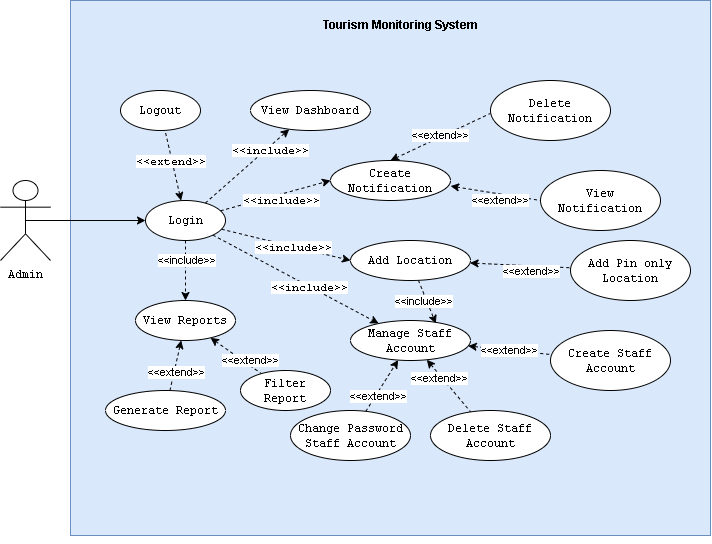
Before: Deliverables/appendix/usecasediagram3.png, a diagram exported from draw.io (LittleEins/Thesis-Collab). Source tidied: cells renumbered, new cells last; positions are measured from the earlier drawing's top-left corner, leaving out a move shared by most shapes.
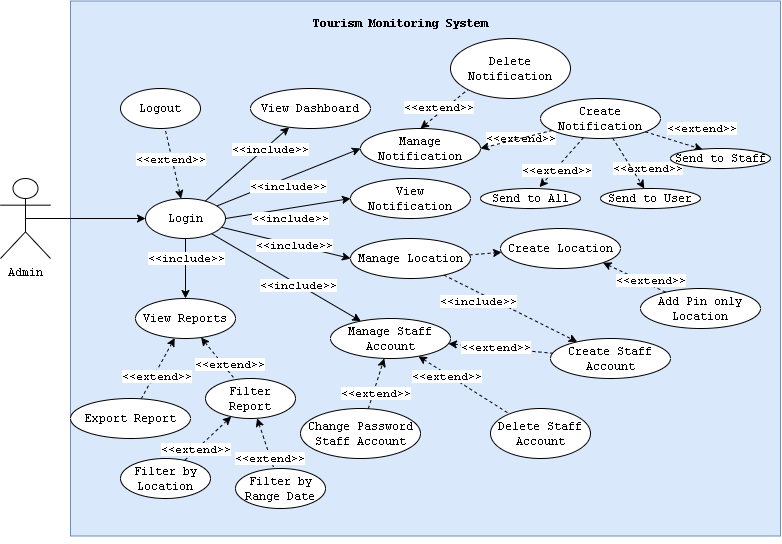
Later version of the same file.

Change to the diagram source:
```diff
@@ -2,11 +2,11 @@
   <root>
     <mxCell id="0" />
     <mxCell id="1" parent="0" />
-    <mxCell id="2" style="whiteSpace=wrap;html=1;fillColor=#dae8fc;strokeColor=#6c8ebf;" parent="1" vertex="1">
-      <mxGeometry x="70" width="640" height="535" as="geometry" />
+    <mxCell id="2" style="whiteSpace=wrap;html=1;fillColor=#dae8fc;strokeColor=#6c8ebf;fontFamily=Courier New;" parent="1" vertex="1">
+      <mxGeometry x="70" y="2.5" width="710" height="535" as="geometry" />
     </mxCell>
-    <mxCell id="3" value="&lt;b&gt;Tourism Monitoring System&lt;/b&gt;" style="text;html=1;align=center;verticalAlign=middle;strokeColor=none;fillColor=none;" parent="1" vertex="1">
-      <mxGeometry x="310" y="10" width="180" height="30" as="geometry" />
+    <mxCell id="3" value="&lt;b&gt;Tourism Monitoring System&lt;/b&gt;" style="text;html=1;align=center;verticalAlign=middle;strokeColor=none;fillColor=none;fontFamily=Courier New;" parent="1" vertex="1">
+      <mxGeometry x="300" y="10" width="200" height="30" as="geometry" />
     </mxCell>
     <mxCell id="4" value="Admin" style="shape=umlActor;verticalLabelPosition=bottom;verticalAlign=top;html=1;outlineConnect=0;fontFamily=Courier New;" parent="1" vertex="1">
       <mxGeometry y="180" width="50" height="80" as="geometry" />
@@ -14,7 +14,7 @@
     <mxCell id="5" style="edgeStyle=none;rounded=0;jettySize=auto;html=1;fontFamily=Courier New;exitX=0.5;exitY=0.5;exitDx=0;exitDy=0;exitPerimeter=0;" parent="1" edge="1" source="4" target="18">
       <mxGeometry relative="1" as="geometry" />
     </mxCell>
-    <mxCell id="6" style="edgeStyle=none;rounded=0;jettySize=auto;html=1;fontFamily=Courier New;dashed=1;" parent="1" edge="1" source="18" target="19">
+    <mxCell id="6" style="edgeStyle=none;rounded=0;jettySize=auto;html=1;fontFamily=Courier New;" parent="1" edge="1" source="18" target="19">
       <mxGeometry relative="1" as="geometry" />
     </mxCell>
     <mxCell id="7" value="&amp;lt;&amp;lt;include&amp;gt;&amp;gt;" style="edgeLabel;html=1;align=center;verticalAlign=middle;fontFamily=Courier New;" parent="6" vertex="1">
@@ -22,13 +22,13 @@
         <mxPoint x="30" y="-23" as="offset" />
       </mxGeometry>
     </mxCell>
-    <mxCell id="8" style="edgeStyle=none;rounded=0;jettySize=auto;html=1;fontFamily=Courier New;entryX=0;entryY=0.5;entryDx=0;entryDy=0;dashed=1;" parent="1" edge="1" source="18" target="24">
+    <mxCell id="8" style="edgeStyle=none;rounded=0;jettySize=auto;html=1;fontFamily=Courier New;entryX=0;entryY=0.5;entryDx=0;entryDy=0;" parent="1" edge="1" source="18" target="24">
       <mxGeometry relative="1" as="geometry" />
     </mxCell>
     <mxCell id="9" value="&amp;lt;&amp;lt;include&amp;gt;&amp;gt;" style="edgeLabel;html=1;align=center;verticalAlign=middle;fontFamily=Courier New;" parent="8" vertex="1">
       <mxGeometry x="0.12" relative="1" as="geometry" />
     </mxCell>
-    <mxCell id="10" style="edgeStyle=none;rounded=0;jettySize=auto;html=1;dashed=1;fontFamily=Courier New;" parent="1" edge="1" source="18" target="29">
+    <mxCell id="10" style="edgeStyle=none;rounded=0;jettySize=auto;html=1;fontFamily=Courier New;" parent="1" edge="1" source="18" target="29">
       <mxGeometry relative="1" as="geometry" />
     </mxCell>
     <mxCell id="11" value="&amp;lt;&amp;lt;include&amp;gt;&amp;gt;" style="edgeLabel;html=1;align=center;verticalAlign=middle;fontFamily=Courier New;" parent="10" vertex="1">
@@ -42,7 +42,7 @@
         <mxPoint x="-5" y="-15" as="offset" />
       </mxGeometry>
     </mxCell>
-    <mxCell id="14" style="edgeStyle=none;rounded=0;jettySize=auto;html=1;dashed=1;fontFamily=Courier New;entryX=0;entryY=0.5;entryDx=0;entryDy=0;" parent="1" edge="1" source="18" target="35">
+    <mxCell id="14" style="edgeStyle=none;rounded=0;jettySize=auto;html=1;fontFamily=Courier New;entryX=0;entryY=0.5;entryDx=0;entryDy=0;" parent="1" edge="1" source="18" target="35">
       <mxGeometry relative="1" as="geometry" />
     </mxCell>
     <mxCell id="15" value="&amp;lt;&amp;lt;include&amp;gt;&amp;gt;" style="edgeLabel;html=1;align=center;verticalAlign=middle;fontFamily=Courier New;" parent="14" vertex="1">
@@ -50,10 +50,10 @@
         <mxPoint x="22" y="-2" as="offset" />
       </mxGeometry>
     </mxCell>
-    <mxCell id="16" style="edgeStyle=none;rounded=0;jettySize=auto;html=1;dashed=1;startArrow=none;startFill=0;endArrow=classic;endFill=1;" parent="1" edge="1" source="18" target="48">
+    <mxCell id="16" style="edgeStyle=none;rounded=0;jettySize=auto;html=1;startArrow=none;startFill=0;endArrow=classic;endFill=1;fontFamily=Courier New;" parent="1" edge="1" source="18" target="48">
       <mxGeometry relative="1" as="geometry" />
     </mxCell>
-    <mxCell id="17" value="&amp;lt;&amp;lt;include&amp;gt;&amp;gt;" style="edgeLabel;html=1;align=center;verticalAlign=middle;" parent="16" vertex="1">
+    <mxCell id="17" value="&amp;lt;&amp;lt;include&amp;gt;&amp;gt;" style="edgeLabel;html=1;align=center;verticalAlign=middle;fontFamily=Courier New;" parent="16" vertex="1">
       <mxGeometry x="-0.33" y="1" relative="1" as="geometry" />
     </mxCell>
     <mxCell id="18" value="Login" style="ellipse;whiteSpace=wrap;html=1;fontFamily=Courier New;verticalAlign=middle;" parent="1" vertex="1">
@@ -62,113 +62,179 @@
     <mxCell id="19" value="View Dashboard" style="ellipse;whiteSpace=wrap;html=1;fontFamily=Courier New;verticalAlign=middle;" parent="1" vertex="1">
       <mxGeometry x="250" y="90" width="120" height="40" as="geometry" />
     </mxCell>
-    <mxCell id="20" style="rounded=0;jettySize=auto;html=1;dashed=1;endArrow=none;endFill=0;startArrow=classic;startFill=1;" parent="1" edge="1" source="24" target="38">
+    <mxCell id="20" style="rounded=0;jettySize=auto;html=1;dashed=1;endArrow=none;endFill=0;startArrow=classic;startFill=1;fontFamily=Courier New;exitX=1;exitY=1;exitDx=0;exitDy=0;" parent="1" edge="1" source="69" target="38">
       <mxGeometry relative="1" as="geometry" />
     </mxCell>
-    <mxCell id="21" value="&amp;lt;&amp;lt;extend&amp;gt;&amp;gt;" style="edgeLabel;html=1;align=center;verticalAlign=middle;" parent="20" vertex="1">
+    <mxCell id="21" value="&amp;lt;&amp;lt;extend&amp;gt;&amp;gt;" style="edgeLabel;html=1;align=center;verticalAlign=middle;fontFamily=Courier New;" parent="20" vertex="1">
       <mxGeometry x="-0.22" y="1" relative="1" as="geometry">
         <mxPoint x="22" y="7" as="offset" />
       </mxGeometry>
     </mxCell>
-    <mxCell id="22" style="edgeStyle=none;rounded=0;jettySize=auto;html=1;entryX=0.711;entryY=0.078;entryDx=0;entryDy=0;entryPerimeter=0;dashed=1;" parent="1" edge="1" source="24" target="29">
+    <mxCell id="22" style="edgeStyle=none;rounded=0;jettySize=auto;html=1;dashed=1;fontFamily=Courier New;" parent="1" edge="1" source="24" target="39">
       <mxGeometry relative="1" as="geometry" />
     </mxCell>
-    <mxCell id="23" value="&amp;lt;&amp;lt;include&amp;gt;&amp;gt;" style="edgeLabel;html=1;align=center;verticalAlign=middle;" parent="22" vertex="1">
+    <mxCell id="23" value="&amp;lt;&amp;lt;include&amp;gt;&amp;gt;" style="edgeLabel;html=1;align=center;verticalAlign=middle;fontFamily=Courier New;" parent="22" vertex="1">
       <mxGeometry x="-0.48" relative="1" as="geometry">
         <mxPoint y="9" as="offset" />
       </mxGeometry>
     </mxCell>
+    <mxCell id="52" style="edgeStyle=none;rounded=0;jettySize=auto;html=1;dashed=1;fontFamily=Courier New;" parent="1" edge="1" source="24" target="69">
+      <mxGeometry relative="1" as="geometry" />
+    </mxCell>
-    <mxCell id="24" value="Add Location" style="ellipse;whiteSpace=wrap;html=1;fontFamily=Courier New;verticalAlign=middle;" parent="1" vertex="1">
+    <mxCell id="24" value="Manage Location" style="ellipse;whiteSpace=wrap;html=1;fontFamily=Courier New;verticalAlign=middle;" parent="1" vertex="1">
       <mxGeometry x="350" y="240" width="120" height="40" as="geometry" />
     </mxCell>
-    <mxCell id="25" style="edgeStyle=none;rounded=0;jettySize=auto;html=1;dashed=1;startArrow=classic;startFill=1;endArrow=none;endFill=0;" parent="1" edge="1" source="29" target="39">
+    <mxCell id="25" style="edgeStyle=none;rounded=0;jettySize=auto;html=1;dashed=1;startArrow=classic;startFill=1;endArrow=none;endFill=0;fontFamily=Courier New;" parent="1" edge="1" source="29" target="39">
       <mxGeometry relative="1" as="geometry" />
     </mxCell>
-    <mxCell id="26" value="&amp;lt;&amp;lt;extend&amp;gt;&amp;gt;" style="edgeLabel;html=1;align=center;verticalAlign=middle;" parent="25" vertex="1">
+    <mxCell id="26" value="&amp;lt;&amp;lt;extend&amp;gt;&amp;gt;" style="edgeLabel;html=1;align=center;verticalAlign=middle;fontFamily=Courier New;" parent="25" vertex="1">
       <mxGeometry x="-0.38" y="-1" relative="1" as="geometry">
         <mxPoint x="15" as="offset" />
       </mxGeometry>
     </mxCell>
-    <mxCell id="27" style="edgeStyle=none;rounded=0;jettySize=auto;html=1;dashed=1;startArrow=classic;startFill=1;endArrow=none;endFill=0;" parent="1" edge="1" source="29" target="40">
+    <mxCell id="27" style="edgeStyle=none;rounded=0;jettySize=auto;html=1;dashed=1;startArrow=classic;startFill=1;endArrow=none;endFill=0;fontFamily=Courier New;" parent="1" edge="1" source="29" target="40">
       <mxGeometry relative="1" as="geometry" />
     </mxCell>
-    <mxCell id="28" value="&amp;lt;&amp;lt;extend&amp;gt;&amp;gt;" style="edgeLabel;html=1;align=center;verticalAlign=middle;" parent="27" vertex="1">
+    <mxCell id="28" value="&amp;lt;&amp;lt;extend&amp;gt;&amp;gt;" style="edgeLabel;html=1;align=center;verticalAlign=middle;fontFamily=Courier New;" parent="27" vertex="1">
       <mxGeometry x="-0.37" y="-2" relative="1" as="geometry" />
     </mxCell>
     <mxCell id="29" value="Manage Staff Account" style="ellipse;whiteSpace=wrap;html=1;fontFamily=Courier New;verticalAlign=middle;" parent="1" vertex="1">
-      <mxGeometry x="350" y="320" width="120" height="40" as="geometry" />
+      <mxGeometry x="330" y="320" width="120" height="40" as="geometry" />
     </mxCell>
     <mxCell id="30" value="Logout" style="ellipse;whiteSpace=wrap;html=1;fontFamily=Courier New;" parent="1" vertex="1">
       <mxGeometry x="120" y="90" width="80" height="40" as="geometry" />
     </mxCell>
-    <mxCell id="31" style="edgeStyle=none;rounded=0;jettySize=auto;html=1;dashed=1;exitX=1.001;exitY=0.639;exitDx=0;exitDy=0;exitPerimeter=0;entryX=0;entryY=0.5;entryDx=0;entryDy=0;endArrow=none;endFill=0;startArrow=classic;startFill=1;" parent="1" edge="1" source="35" target="36">
+    <mxCell id="31" style="edgeStyle=none;rounded=0;jettySize=auto;html=1;exitX=1;exitY=0.5;exitDx=0;exitDy=0;entryX=0;entryY=0.5;entryDx=0;entryDy=0;endArrow=classic;endFill=1;startArrow=none;startFill=0;fontFamily=Courier New;" parent="1" edge="1" source="18" target="36">
       <mxGeometry relative="1" as="geometry" />
     </mxCell>
-    <mxCell id="32" value="&amp;lt;&amp;lt;extend&amp;gt;&amp;gt;" style="edgeLabel;html=1;align=center;verticalAlign=middle;" parent="31" vertex="1">
+    <mxCell id="32" value="&amp;lt;&amp;lt;include&amp;gt;&amp;gt;" style="edgeLabel;html=1;align=center;verticalAlign=middle;fontFamily=Courier New;" parent="31" vertex="1">
       <mxGeometry x="-0.58" relative="1" as="geometry">
-        <mxPoint x="31" y="11" as="offset" />
+        <mxPoint x="38" y="4" as="offset" />
       </mxGeometry>
     </mxCell>
-    <mxCell id="33" style="edgeStyle=none;rounded=0;jettySize=auto;html=1;exitX=0.5;exitY=0;exitDx=0;exitDy=0;entryX=-0.002;entryY=0.55;entryDx=0;entryDy=0;entryPerimeter=0;dashed=1;endArrow=none;endFill=0;startArrow=classic;startFill=1;" parent="1" edge="1" source="35" target="37">
+    <mxCell id="33" style="edgeStyle=none;rounded=0;jettySize=auto;html=1;exitX=0.5;exitY=0;exitDx=0;exitDy=0;entryX=0;entryY=1;entryDx=0;entryDy=0;dashed=1;endArrow=none;endFill=0;startArrow=classic;startFill=1;fontFamily=Courier New;" parent="1" edge="1" source="35" target="37">
       <mxGeometry relative="1" as="geometry" />
     </mxCell>
-    <mxCell id="34" value="&amp;lt;&amp;lt;extend&amp;gt;&amp;gt;" style="edgeLabel;html=1;align=center;verticalAlign=middle;" parent="33" vertex="1">
+    <mxCell id="34" value="&amp;lt;&amp;lt;extend&amp;gt;&amp;gt;" style="edgeLabel;html=1;align=center;verticalAlign=middle;fontFamily=Courier New;" parent="33" vertex="1">
       <mxGeometry x="0.23" y="-1" relative="1" as="geometry">
         <mxPoint x="-12" y="2" as="offset" />
       </mxGeometry>
     </mxCell>
+    <mxCell id="53" value="&amp;lt;&amp;lt;extend&amp;gt;&amp;gt;" style="edgeLabel;html=1;align=center;verticalAlign=middle;fontFamily=Courier New;" parent="33" vertex="1">
+      <mxGeometry x="0.23" y="-1" relative="1" as="geometry">
+        <mxPoint x="70" y="33" as="offset" />
+      </mxGeometry>
+    </mxCell>
-    <mxCell id="35" value="Create Notification" style="ellipse;whiteSpace=wrap;html=1;fontFamily=Courier New;" parent="1" vertex="1">
-      <mxGeometry x="330" y="160" width="120" height="40" as="geometry" />
+    <mxCell id="35" value="Manage Notification" style="ellipse;whiteSpace=wrap;html=1;fontFamily=Courier New;" parent="1" vertex="1">
+      <mxGeometry x="360" y="130" width="120" height="40" as="geometry" />
     </mxCell>
     <mxCell id="36" value="View Notification" style="ellipse;whiteSpace=wrap;html=1;fontFamily=Courier New;" parent="1" vertex="1">
-      <mxGeometry x="540" y="170" width="120" height="60" as="geometry" />
+      <mxGeometry x="350" y="180" width="120" height="40" as="geometry" />
     </mxCell>
     <mxCell id="37" value="Delete Notification" style="ellipse;whiteSpace=wrap;html=1;fontFamily=Courier New;" parent="1" vertex="1">
-      <mxGeometry x="490" y="80" width="120" height="60" as="geometry" />
+      <mxGeometry x="450" y="40" width="120" height="60" as="geometry" />
     </mxCell>
     <mxCell id="38" value="Add Pin only Location" style="ellipse;whiteSpace=wrap;html=1;fontFamily=Courier New;" parent="1" vertex="1">
-      <mxGeometry x="570" y="240" width="120" height="60" as="geometry" />
+      <mxGeometry x="640" y="290" width="120" height="40" as="geometry" />
     </mxCell>
     <mxCell id="39" value="Create Staff Account" style="ellipse;whiteSpace=wrap;html=1;fontFamily=Courier New;" parent="1" vertex="1">
-      <mxGeometry x="550" y="330" width="120" height="60" as="geometry" />
+      <mxGeometry x="550" y="340" width="120" height="40" as="geometry" />
     </mxCell>
     <mxCell id="40" value="Delete Staff Account" style="ellipse;whiteSpace=wrap;html=1;fontFamily=Courier New;" parent="1" vertex="1">
-      <mxGeometry x="430" y="410" width="120" height="50" as="geometry" />
+      <mxGeometry x="490" y="410" width="100" height="50" as="geometry" />
     </mxCell>
-    <mxCell id="41" style="edgeStyle=none;rounded=0;jettySize=auto;html=1;dashed=1;startArrow=none;startFill=0;endArrow=classic;endFill=1;" parent="1" edge="1" source="43" target="29">
+    <mxCell id="41" style="edgeStyle=none;rounded=0;jettySize=auto;html=1;dashed=1;startArrow=none;startFill=0;endArrow=classic;endFill=1;fontFamily=Courier New;" parent="1" edge="1" source="43" target="29">
       <mxGeometry relative="1" as="geometry" />
     </mxCell>
-    <mxCell id="42" value="&amp;lt;&amp;lt;extend&amp;gt;&amp;gt;" style="edgeLabel;html=1;align=center;verticalAlign=middle;" parent="41" vertex="1">
+    <mxCell id="42" value="&amp;lt;&amp;lt;extend&amp;gt;&amp;gt;" style="edgeLabel;html=1;align=center;verticalAlign=middle;fontFamily=Courier New;" parent="41" vertex="1">
       <mxGeometry x="-0.38" y="-2" relative="1" as="geometry" />
     </mxCell>
     <mxCell id="43" value="Change Password Staff Account" style="ellipse;whiteSpace=wrap;html=1;fontFamily=Courier New;" parent="1" vertex="1">
-      <mxGeometry x="290" y="410" width="120" height="50" as="geometry" />
+      <mxGeometry x="300" y="410" width="120" height="50" as="geometry" />
     </mxCell>
-    <mxCell id="44" style="edgeStyle=none;rounded=0;jettySize=auto;html=1;dashed=1;startArrow=classic;startFill=1;endArrow=none;endFill=0;" parent="1" edge="1" source="48" target="49">
+    <mxCell id="44" style="edgeStyle=none;rounded=0;jettySize=auto;html=1;dashed=1;startArrow=classic;startFill=1;endArrow=none;endFill=0;fontFamily=Courier New;" parent="1" edge="1" source="48" target="49">
       <mxGeometry relative="1" as="geometry" />
     </mxCell>
-    <mxCell id="45" value="&amp;lt;&amp;lt;extend&amp;gt;&amp;gt;" style="edgeLabel;html=1;align=center;verticalAlign=middle;" parent="44" vertex="1">
+    <mxCell id="45" value="&amp;lt;&amp;lt;extend&amp;gt;&amp;gt;" style="edgeLabel;html=1;align=center;verticalAlign=middle;fontFamily=Courier New;" parent="44" vertex="1">
       <mxGeometry x="0.35" y="-2" relative="1" as="geometry">
         <mxPoint x="7" y="-3" as="offset" />
       </mxGeometry>
     </mxCell>
-    <mxCell id="46" style="edgeStyle=none;rounded=0;jettySize=auto;html=1;dashed=1;startArrow=classic;startFill=1;endArrow=none;endFill=0;" parent="1" edge="1" source="48" target="50">
+    <mxCell id="46" style="edgeStyle=none;rounded=0;jettySize=auto;html=1;dashed=1;startArrow=classic;startFill=1;endArrow=none;endFill=0;fontFamily=Courier New;" parent="1" edge="1" source="48" target="50">
       <mxGeometry relative="1" as="geometry" />
     </mxCell>
-    <mxCell id="47" value="&amp;lt;&amp;lt;extend&amp;gt;&amp;gt;" style="edgeLabel;html=1;align=center;verticalAlign=middle;" parent="46" vertex="1">
+    <mxCell id="47" value="&amp;lt;&amp;lt;extend&amp;gt;&amp;gt;" style="edgeLabel;html=1;align=center;verticalAlign=middle;fontFamily=Courier New;" parent="46" vertex="1">
       <mxGeometry x="0.22" y="2" relative="1" as="geometry" />
     </mxCell>
     <mxCell id="48" value="View Reports" style="ellipse;whiteSpace=wrap;html=1;fontFamily=Courier New;verticalAlign=middle;" parent="1" vertex="1">
       <mxGeometry x="135" y="300" width="100" height="40" as="geometry" />
     </mxCell>
+    <mxCell id="54" style="edgeStyle=none;rounded=0;jettySize=auto;html=1;dashed=1;fontFamily=Courier New;startArrow=classic;startFill=1;endArrow=none;endFill=0;" parent="1" edge="1" source="49" target="70">
+      <mxGeometry relative="1" as="geometry" />
+    </mxCell>
+    <mxCell id="55" value="&amp;lt;&amp;lt;extend&amp;gt;&amp;gt;" style="edgeLabel;html=1;align=center;verticalAlign=middle;fontFamily=Courier New;" parent="54" vertex="1">
+      <mxGeometry x="0.51" y="-1" relative="1" as="geometry" />
+    </mxCell>
+    <mxCell id="56" style="edgeStyle=none;rounded=0;jettySize=auto;html=1;dashed=1;fontFamily=Courier New;startArrow=classic;startFill=1;endArrow=none;endFill=0;" parent="1" edge="1" source="49" target="71">
+      <mxGeometry relative="1" as="geometry" />
+    </mxCell>
+    <mxCell id="57" value="&amp;lt;&amp;lt;extend&amp;gt;&amp;gt;" style="edgeLabel;html=1;align=center;verticalAlign=middle;fontFamily=Courier New;" parent="56" vertex="1">
+      <mxGeometry x="0.58" y="-1" relative="1" as="geometry" />
+    </mxCell>
     <mxCell id="49" value="Filter Report" style="ellipse;whiteSpace=wrap;html=1;fontFamily=Courier New;" parent="1" vertex="1">
-      <mxGeometry x="240" y="370" width="90" height="40" as="geometry" />
+      <mxGeometry x="205" y="380" width="90" height="40" as="geometry" />
     </mxCell>
-    <mxCell id="50" value="Generate Report" style="ellipse;whiteSpace=wrap;html=1;fontFamily=Courier New;" parent="1" vertex="1">
-      <mxGeometry x="105" y="390" width="120" height="40" as="geometry" />
+    <mxCell id="50" value="Export Report" style="ellipse;whiteSpace=wrap;html=1;fontFamily=Courier New;" parent="1" vertex="1">
+      <mxGeometry x="70" y="400" width="120" height="40" as="geometry" />
     </mxCell>
-    <mxCell id="51" style="edgeStyle=none;rounded=0;orthogonalLoop=1;jettySize=auto;html=1;exitX=0.5;exitY=1;exitDx=0;exitDy=0;dashed=1;startArrow=classic;startFill=1;endArrow=none;endFill=0;" parent="1" edge="1" source="2" target="2">
+    <mxCell id="51" style="edgeStyle=none;rounded=0;orthogonalLoop=1;jettySize=auto;html=1;exitX=0.5;exitY=1;exitDx=0;exitDy=0;dashed=1;startArrow=classic;startFill=1;endArrow=none;endFill=0;fontFamily=Courier New;" parent="1" edge="1" source="2" target="2">
       <mxGeometry relative="1" as="geometry" />
     </mxCell>
+    <mxCell id="58" style="rounded=0;jettySize=auto;html=1;entryX=1;entryY=0.5;entryDx=0;entryDy=0;dashed=1;fontFamily=Courier New;" parent="1" edge="1" source="65" target="35">
+      <mxGeometry relative="1" as="geometry" />
+    </mxCell>
+    <mxCell id="59" style="edgeStyle=none;rounded=0;jettySize=auto;html=1;dashed=1;fontFamily=Courier New;entryX=0.59;entryY=-0.07;entryDx=0;entryDy=0;entryPerimeter=0;" parent="1" edge="1" source="65" target="66">
+      <mxGeometry relative="1" as="geometry" />
+    </mxCell>
+    <mxCell id="60" value="&amp;lt;&amp;lt;extend&amp;gt;&amp;gt;" style="edgeLabel;html=1;align=center;verticalAlign=middle;fontFamily=Courier New;" parent="59" vertex="1">
+      <mxGeometry x="0.29" y="1" relative="1" as="geometry" />
+    </mxCell>
+    <mxCell id="61" value="&amp;lt;&amp;lt;extend&amp;gt;&amp;gt;" style="edgeLabel;html=1;align=center;verticalAlign=middle;fontFamily=Courier New;" parent="59" vertex="1">
+      <mxGeometry x="0.29" y="1" relative="1" as="geometry">
+        <mxPoint x="91" y="-2" as="offset" />
+      </mxGeometry>
+    </mxCell>
+    <mxCell id="62" value="&amp;lt;&amp;lt;extend&amp;gt;&amp;gt;" style="edgeLabel;html=1;align=center;verticalAlign=middle;fontFamily=Courier New;" parent="59" vertex="1">
+      <mxGeometry x="0.29" y="1" relative="1" as="geometry">
+        <mxPoint x="145" y="-42" as="offset" />
+      </mxGeometry>
+    </mxCell>
+    <mxCell id="63" style="edgeStyle=none;rounded=0;jettySize=auto;html=1;dashed=1;fontFamily=Courier New;" parent="1" edge="1" source="65" target="67">
+      <mxGeometry relative="1" as="geometry" />
+    </mxCell>
+    <mxCell id="64" style="edgeStyle=none;rounded=0;jettySize=auto;html=1;entryX=0.321;entryY=0.05;entryDx=0;entryDy=0;entryPerimeter=0;dashed=1;fontFamily=Courier New;" parent="1" edge="1" source="65" target="68">
+      <mxGeometry relative="1" as="geometry" />
+    </mxCell>
+    <mxCell id="65" value="Create Notification" style="ellipse;whiteSpace=wrap;html=1;fontFamily=Courier New;" parent="1" vertex="1">
+      <mxGeometry x="540" y="100" width="120" height="40" as="geometry" />
+    </mxCell>
+    <mxCell id="66" value="Send to All" style="ellipse;whiteSpace=wrap;html=1;fontFamily=Courier New;" parent="1" vertex="1">
+      <mxGeometry x="480" y="190" width="100" height="20" as="geometry" />
+    </mxCell>
+    <mxCell id="67" value="Send to User" style="ellipse;whiteSpace=wrap;html=1;fontFamily=Courier New;" parent="1" vertex="1">
+      <mxGeometry x="600" y="190" width="100" height="20" as="geometry" />
+    </mxCell>
+    <mxCell id="68" value="Send to Staff" style="ellipse;whiteSpace=wrap;html=1;fontFamily=Courier New;" parent="1" vertex="1">
+      <mxGeometry x="670" y="150" width="100" height="20" as="geometry" />
+    </mxCell>
+    <mxCell id="69" value="Create Location" style="ellipse;whiteSpace=wrap;html=1;fontFamily=Courier New;verticalAlign=middle;" parent="1" vertex="1">
+      <mxGeometry x="500" y="230" width="120" height="40" as="geometry" />
+    </mxCell>
+    <mxCell id="70" value="Filter by Location" style="ellipse;whiteSpace=wrap;html=1;fontFamily=Courier New;" parent="1" vertex="1">
+      <mxGeometry x="120" y="460" width="90" height="40" as="geometry" />
+    </mxCell>
+    <mxCell id="71" value="Filter by Range Date" style="ellipse;whiteSpace=wrap;html=1;fontFamily=Courier New;" parent="1" vertex="1">
+      <mxGeometry x="235" y="470" width="90" height="40" as="geometry" />
+    </mxCell>
   </root>
 </mxGraphModel>
```
